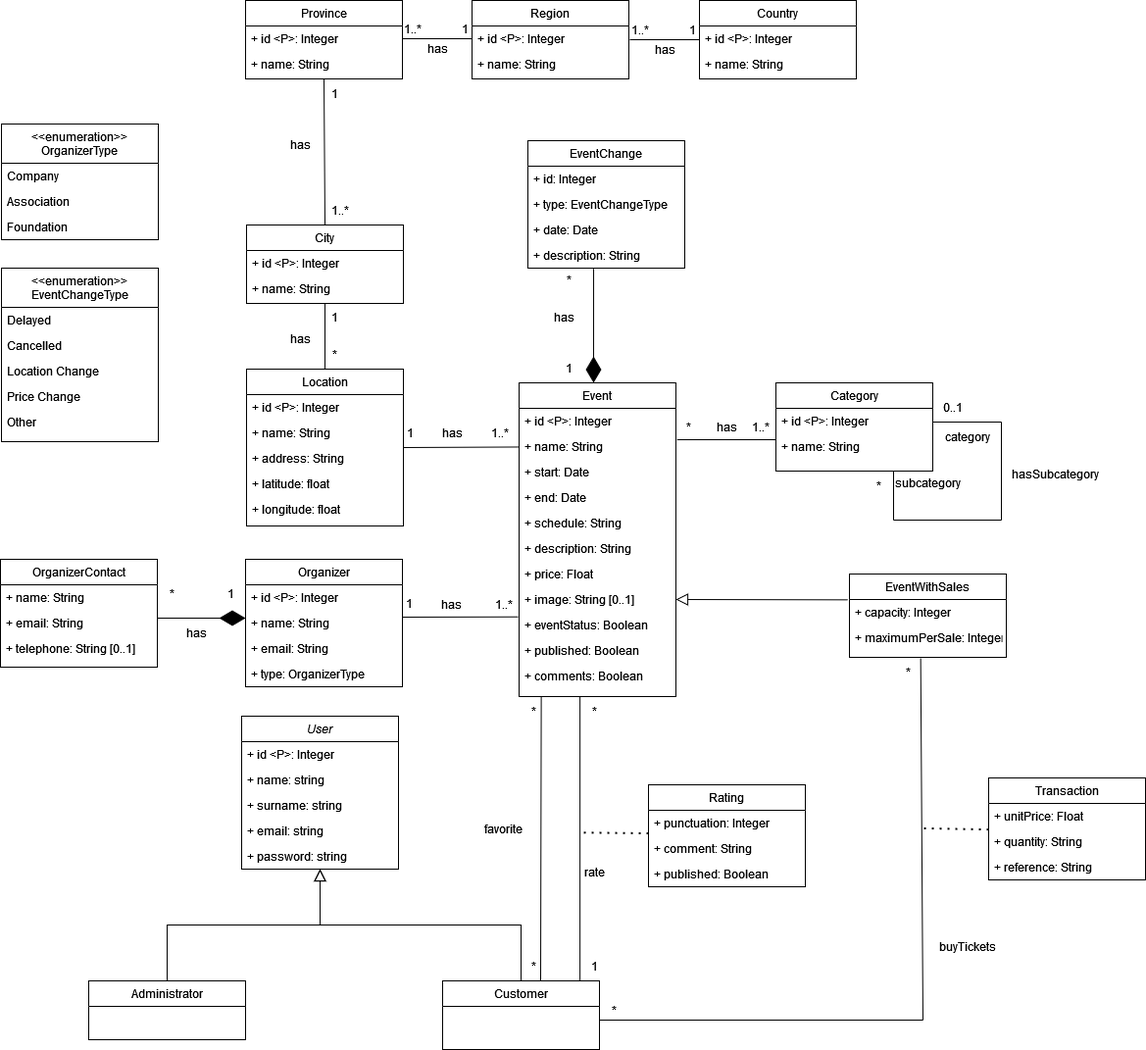
Before: diagrams/conceptual-diagram.drawio.png, a diagram exported from draw.io (danielpilot/event-database). Source tidied: cells renumbered, new cells last; positions are measured from the earlier drawing's top-left corner, leaving out a move shared by most shapes.
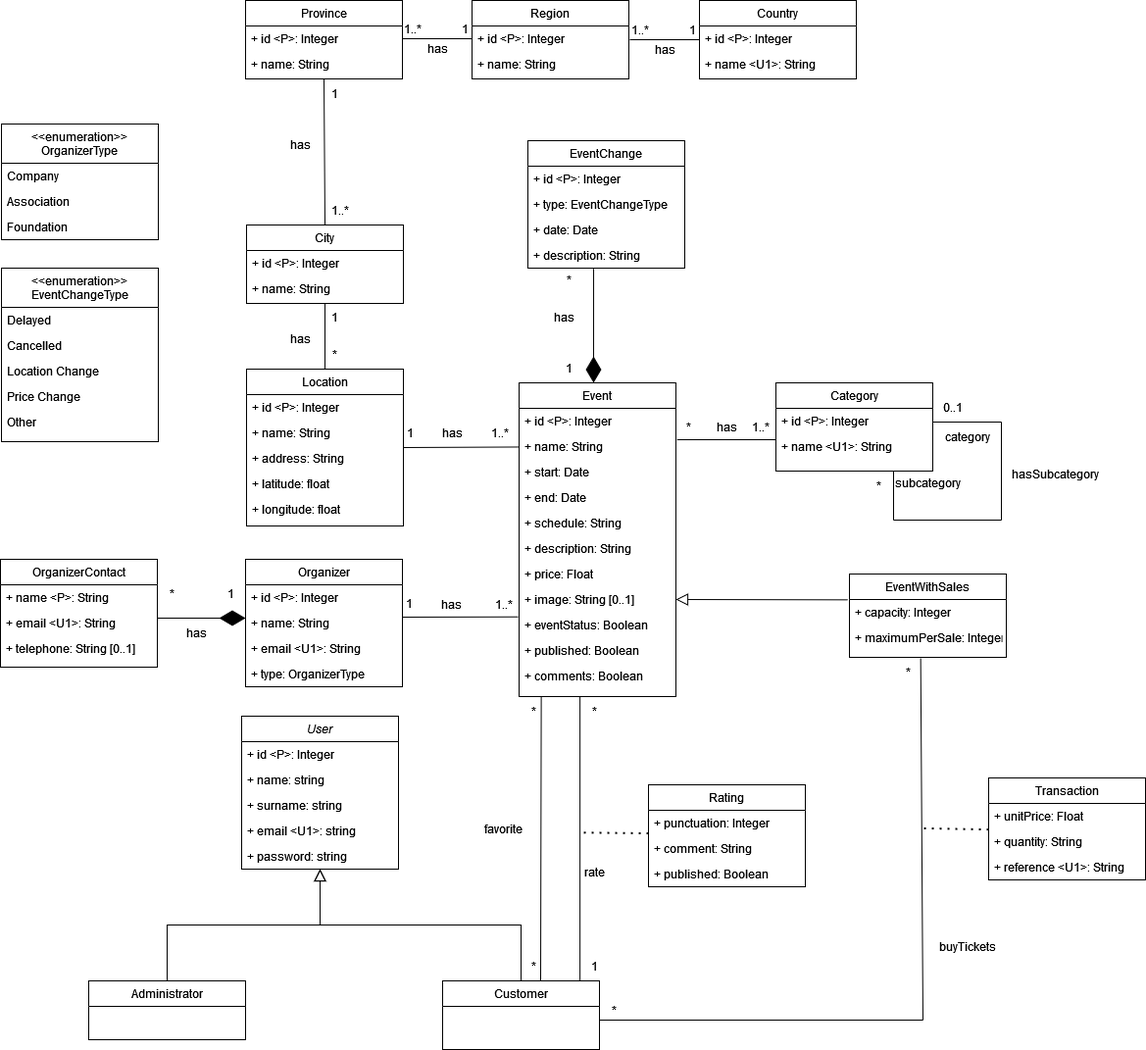
After the change.

Diff of the diagram source:
```diff
@@ -14,7 +14,7 @@
     <mxCell id="5" value="+ surname: string" style="text;align=left;verticalAlign=top;spacingLeft=4;spacingRight=4;overflow=hidden;rounded=0;shadow=0;html=0;" parent="2" vertex="1">
       <mxGeometry y="78" width="160" height="26" as="geometry" />
     </mxCell>
-    <mxCell id="6" value="+ email: string" style="text;align=left;verticalAlign=top;spacingLeft=4;spacingRight=4;overflow=hidden;rounded=0;shadow=0;html=0;" parent="2" vertex="1">
+    <mxCell id="6" value="+ email &lt;U1&gt;: string" style="text;align=left;verticalAlign=top;spacingLeft=4;spacingRight=4;overflow=hidden;rounded=0;shadow=0;html=0;" parent="2" vertex="1">
       <mxGeometry y="104" width="160" height="26" as="geometry" />
     </mxCell>
     <mxCell id="7" value="+ password: string" style="text;align=left;verticalAlign=top;spacingLeft=4;spacingRight=4;overflow=hidden;rounded=0;shadow=0;html=0;" parent="2" vertex="1">
@@ -74,7 +74,7 @@
     <mxCell id="25" value="+ id &lt;P&gt;: Integer" style="text;align=left;verticalAlign=top;spacingLeft=4;spacingRight=4;overflow=hidden;" parent="24" vertex="1">
       <mxGeometry y="26" width="160" height="26" as="geometry" />
     </mxCell>
-    <mxCell id="26" value="+ name: String" style="text;align=left;verticalAlign=top;spacingLeft=4;spacingRight=4;overflow=hidden;rounded=0;shadow=0;html=0;" parent="24" vertex="1">
+    <mxCell id="26" value="+ name &lt;U1&gt;: String" style="text;align=left;verticalAlign=top;spacingLeft=4;spacingRight=4;overflow=hidden;rounded=0;shadow=0;html=0;" parent="24" vertex="1">
       <mxGeometry y="52" width="160" height="26" as="geometry" />
     </mxCell>
     <mxCell id="27" style="endArrow=none;html=1;rounded=0;exitX=1.008;exitY=0.231;exitDx=0;exitDy=0;exitPerimeter=0;" parent="1" edge="1" source="14">
@@ -139,7 +139,7 @@
     <mxCell id="42" value="+ name: String" style="text;align=left;verticalAlign=top;spacingLeft=4;spacingRight=4;overflow=hidden;rounded=0;shadow=0;html=0;" parent="40" vertex="1">
       <mxGeometry y="52" width="160" height="26" as="geometry" />
     </mxCell>
-    <mxCell id="43" value="+ email: String" style="text;align=left;verticalAlign=top;spacingLeft=4;spacingRight=4;overflow=hidden;rounded=0;shadow=0;html=0;" parent="40" vertex="1">
+    <mxCell id="43" value="+ email &lt;U1&gt;: String" style="text;align=left;verticalAlign=top;spacingLeft=4;spacingRight=4;overflow=hidden;rounded=0;shadow=0;html=0;" parent="40" vertex="1">
       <mxGeometry y="78" width="160" height="26" as="geometry" />
     </mxCell>
     <mxCell id="44" value="+ type: OrganizerType" style="text;align=left;verticalAlign=top;spacingLeft=4;spacingRight=4;overflow=hidden;rounded=0;shadow=0;html=0;" parent="40" vertex="1">
@@ -175,10 +175,10 @@
     <mxCell id="53" value="OrganizerContact" style="swimlane;fontStyle=0;align=center;verticalAlign=top;horizontal=1;startSize=26;rounded=0;shadow=0;strokeWidth=1;" parent="1" vertex="1">
       <mxGeometry y="570" width="160" height="110" as="geometry" />
     </mxCell>
-    <mxCell id="54" value="+ name: String" style="text;align=left;verticalAlign=top;spacingLeft=4;spacingRight=4;overflow=hidden;rounded=0;shadow=0;html=0;" parent="53" vertex="1">
+    <mxCell id="54" value="+ name &lt;P&gt;: String" style="text;align=left;verticalAlign=top;spacingLeft=4;spacingRight=4;overflow=hidden;rounded=0;shadow=0;html=0;" parent="53" vertex="1">
       <mxGeometry y="26" width="160" height="26" as="geometry" />
     </mxCell>
-    <mxCell id="55" value="+ email: String" style="text;align=left;verticalAlign=top;spacingLeft=4;spacingRight=4;overflow=hidden;rounded=0;shadow=0;html=0;" parent="53" vertex="1">
+    <mxCell id="55" value="+ email &lt;U1&gt;: String" style="text;align=left;verticalAlign=top;spacingLeft=4;spacingRight=4;overflow=hidden;rounded=0;shadow=0;html=0;" parent="53" vertex="1">
       <mxGeometry y="52" width="160" height="26" as="geometry" />
     </mxCell>
     <mxCell id="56" value="+ telephone: String [0..1]" style="text;align=left;verticalAlign=top;spacingLeft=4;spacingRight=4;overflow=hidden;rounded=0;shadow=0;html=0;" parent="53" vertex="1">
@@ -265,7 +265,7 @@
     <mxCell id="81" value="+ id &lt;P&gt;: Integer" style="text;align=left;verticalAlign=top;spacingLeft=4;spacingRight=4;overflow=hidden;" parent="80" vertex="1">
       <mxGeometry y="26" width="160" height="26" as="geometry" />
     </mxCell>
-    <mxCell id="82" value="+ name: String" style="text;align=left;verticalAlign=top;spacingLeft=4;spacingRight=4;overflow=hidden;rounded=0;shadow=0;html=0;" parent="80" vertex="1">
+    <mxCell id="82" value="+ name &lt;U1&gt;: String" style="text;align=left;verticalAlign=top;spacingLeft=4;spacingRight=4;overflow=hidden;rounded=0;shadow=0;html=0;" parent="80" vertex="1">
       <mxGeometry y="52" width="160" height="26" as="geometry" />
     </mxCell>
     <mxCell id="83" style="endArrow=none;html=1;rounded=0;exitX=0.5;exitY=0;exitDx=0;exitDy=0;entryX=0.5;entryY=1;entryDx=0;entryDy=0;" parent="1" edge="1" source="61" target="71">
@@ -324,7 +324,7 @@
     <mxCell id="99" value="EventChange" style="swimlane;fontStyle=0;align=center;verticalAlign=top;horizontal=1;startSize=26;rounded=0;shadow=0;strokeWidth=1;" parent="1" vertex="1">
       <mxGeometry x="538" y="143" width="160" height="130" as="geometry" />
     </mxCell>
-    <mxCell id="100" value="+ id: Integer" style="text;align=left;verticalAlign=top;spacingLeft=4;spacingRight=4;overflow=hidden;" parent="99" vertex="1">
+    <mxCell id="100" value="+ id &lt;P&gt;: Integer" style="text;align=left;verticalAlign=top;spacingLeft=4;spacingRight=4;overflow=hidden;" parent="99" vertex="1">
       <mxGeometry y="26" width="160" height="26" as="geometry" />
     </mxCell>
     <mxCell id="101" value="+ type: EventChangeType" style="text;align=left;verticalAlign=top;spacingLeft=4;spacingRight=4;overflow=hidden;rounded=0;shadow=0;html=0;" parent="99" vertex="1">
@@ -455,7 +455,7 @@
     <mxCell id="138" value="+ quantity: String" style="text;align=left;verticalAlign=top;spacingLeft=4;spacingRight=4;overflow=hidden;rounded=0;shadow=0;html=0;" parent="136" vertex="1">
       <mxGeometry y="52" width="160" height="26" as="geometry" />
     </mxCell>
-    <mxCell id="139" value="+ reference: String" style="text;align=left;verticalAlign=top;spacingLeft=4;spacingRight=4;overflow=hidden;rounded=0;shadow=0;html=0;" parent="136" vertex="1">
+    <mxCell id="139" value="+ reference &lt;U1&gt;: String" style="text;align=left;verticalAlign=top;spacingLeft=4;spacingRight=4;overflow=hidden;rounded=0;shadow=0;html=0;" parent="136" vertex="1">
       <mxGeometry y="78" width="160" height="26" as="geometry" />
     </mxCell>
     <mxCell id="140" value="buyTickets" style="text;html=1;align=center;verticalAlign=middle;strokeColor=none;fillColor=none;" parent="1" vertex="1">
```
